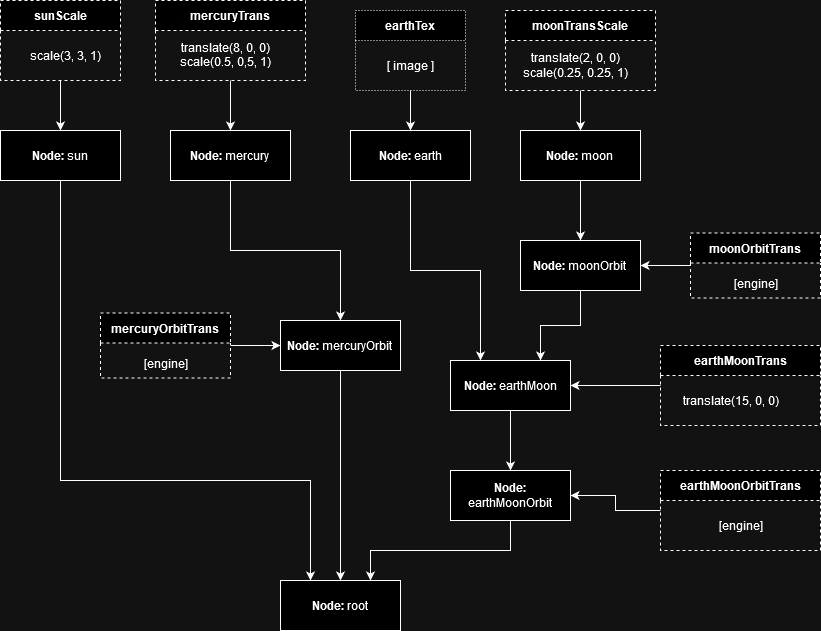
Earlier version of the draw.io export report/Trab1Graph.png (antenor-z/graph_trabalho1). Source tidied: cells renumbered, new cells last; positions are measured from the earlier drawing's top-left corner, leaving out a move shared by most shapes.
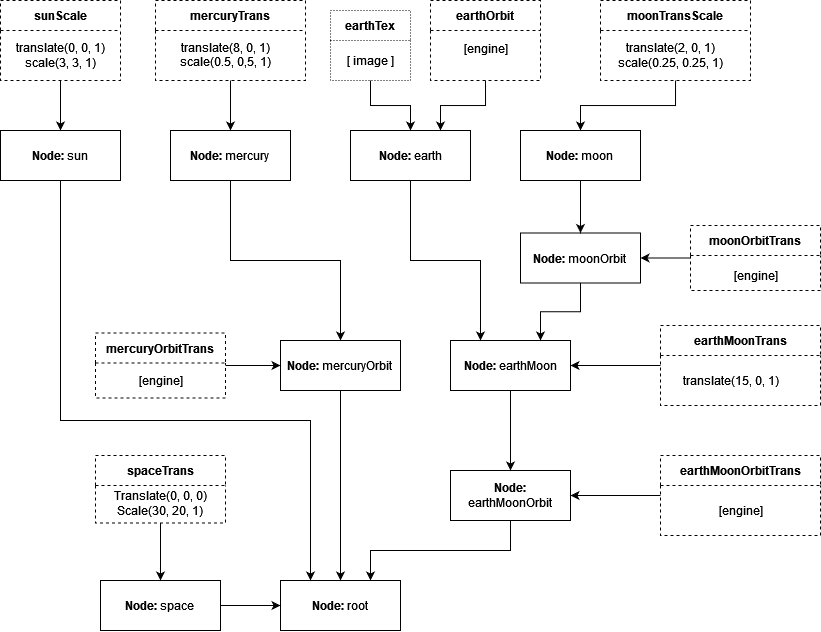
Later version of the same file.

What changed in the source:
```diff
@@ -15,7 +15,7 @@
       <mxGeometry relative="1" as="geometry" />
     </mxCell>
     <mxCell id="6" value="&lt;div&gt;&lt;b&gt;Node:&lt;/b&gt; earthMoon&lt;/div&gt;" style="rounded=0;whiteSpace=wrap;html=1;" parent="1" vertex="1">
-      <mxGeometry x="450" y="360" width="120" height="50" as="geometry" />
+      <mxGeometry x="450" y="340" width="120" height="50" as="geometry" />
     </mxCell>
     <mxCell id="7" style="edgeStyle=orthogonalEdgeStyle;rounded=0;jettySize=auto;html=1;exitX=0.5;exitY=1;exitDx=0;exitDy=0;entryX=0.25;entryY=0;entryDx=0;entryDy=0;" parent="1" edge="1" source="8" target="6">
       <mxGeometry relative="1" as="geometry" />
@@ -27,7 +27,7 @@
       <mxGeometry relative="1" as="geometry" />
     </mxCell>
     <mxCell id="10" value="&lt;div&gt;&lt;b&gt;Node:&lt;/b&gt; moonOrbit&lt;br&gt;&lt;/div&gt;" style="rounded=0;whiteSpace=wrap;html=1;" parent="1" vertex="1">
-      <mxGeometry x="520" y="240" width="120" height="50" as="geometry" />
+      <mxGeometry x="520" y="232.5" width="120" height="50" as="geometry" />
     </mxCell>
     <mxCell id="11" style="edgeStyle=orthogonalEdgeStyle;rounded=0;jettySize=auto;html=1;exitX=0.5;exitY=1;exitDx=0;exitDy=0;entryX=0.5;entryY=0;entryDx=0;entryDy=0;" parent="1" edge="1" source="12" target="10">
       <mxGeometry relative="1" as="geometry" />
@@ -38,8 +38,8 @@
     <mxCell id="13" style="edgeStyle=orthogonalEdgeStyle;rounded=0;jettySize=auto;html=1;entryX=0.25;entryY=0;entryDx=0;entryDy=0;exitX=0.5;exitY=1;exitDx=0;exitDy=0;" parent="1" edge="1" source="14" target="4">
       <mxGeometry relative="1" as="geometry">
         <Array as="points">
-          <mxPoint x="60" y="480" />
-          <mxPoint x="310" y="480" />
+          <mxPoint x="60" y="420" />
+          <mxPoint x="310" y="420" />
         </Array>
       </mxGeometry>
     </mxCell>
@@ -56,22 +56,22 @@
       <mxGeometry relative="1" as="geometry" />
     </mxCell>
     <mxCell id="18" value="&lt;div&gt;&lt;b&gt;Node:&lt;/b&gt; mercuryOrbit&lt;br&gt;&lt;/div&gt;" style="rounded=0;whiteSpace=wrap;html=1;" parent="1" vertex="1">
-      <mxGeometry x="280" y="320" width="120" height="50" as="geometry" />
+      <mxGeometry x="280" y="340" width="120" height="50" as="geometry" />
     </mxCell>
     <mxCell id="19" style="edgeStyle=orthogonalEdgeStyle;rounded=0;jettySize=auto;html=1;entryX=0.5;entryY=0;entryDx=0;entryDy=0;" parent="1" edge="1" source="20" target="8">
       <mxGeometry relative="1" as="geometry" />
     </mxCell>
     <mxCell id="20" value="&lt;blockquote&gt;earthTex&lt;br&gt;&lt;/blockquote&gt;" style="swimlane;whiteSpace=wrap;html=1;startSize=30;dashed=1;dashPattern=1 2;" parent="1" vertex="1">
-      <mxGeometry x="355" y="10" width="110" height="80" as="geometry" />
+      <mxGeometry x="330" y="10" width="80" height="70" as="geometry" />
     </mxCell>
     <mxCell id="21" value="[ image ]" style="text;html=1;align=center;verticalAlign=middle;strokeColor=none;fillColor=none;" parent="20" vertex="1">
-      <mxGeometry x="20" y="40" width="70" height="30" as="geometry" />
+      <mxGeometry x="5" y="35" width="70" height="30" as="geometry" />
     </mxCell>
     <mxCell id="22" style="edgeStyle=orthogonalEdgeStyle;rounded=0;jettySize=auto;html=1;exitX=0;exitY=0.5;exitDx=0;exitDy=0;entryX=1;entryY=0.5;entryDx=0;entryDy=0;" parent="1" edge="1" source="23" target="3">
       <mxGeometry relative="1" as="geometry" />
     </mxCell>
     <mxCell id="23" value="earthMoonOrbitTrans" style="swimlane;whiteSpace=wrap;html=1;startSize=30;dashed=1;" parent="1" vertex="1">
-      <mxGeometry x="660" y="470" width="160" height="80" as="geometry" />
+      <mxGeometry x="660" y="455" width="160" height="80" as="geometry" />
     </mxCell>
     <mxCell id="24" value="[engine]" style="text;html=1;align=center;verticalAlign=middle;strokeColor=none;fillColor=none;" parent="23" vertex="1">
       <mxGeometry x="45" y="40" width="70" height="30" as="geometry" />
@@ -80,25 +80,25 @@
       <mxGeometry relative="1" as="geometry" />
     </mxCell>
     <mxCell id="26" value="earthMoonTrans" style="swimlane;whiteSpace=wrap;html=1;startSize=30;dashed=1;" parent="1" vertex="1">
-      <mxGeometry x="660" y="345" width="160" height="80" as="geometry" />
+      <mxGeometry x="660" y="325" width="160" height="80" as="geometry" />
     </mxCell>
-    <mxCell id="27" value="&lt;div&gt;translate(15, 0, 0)&lt;/div&gt;" style="text;html=1;align=center;verticalAlign=middle;strokeColor=none;fillColor=none;" parent="26" vertex="1">
+    <mxCell id="27" value="&lt;div&gt;translate(15, 0, 1)&lt;/div&gt;" style="text;html=1;align=center;verticalAlign=middle;strokeColor=none;fillColor=none;" parent="26" vertex="1">
       <mxGeometry x="10" y="40" width="120" height="30" as="geometry" />
     </mxCell>
     <mxCell id="28" style="edgeStyle=orthogonalEdgeStyle;rounded=0;jettySize=auto;html=1;entryX=0.5;entryY=0;entryDx=0;entryDy=0;" parent="1" edge="1" source="29" target="12">
       <mxGeometry relative="1" as="geometry" />
     </mxCell>
     <mxCell id="29" value="moonTransScale" style="swimlane;whiteSpace=wrap;html=1;startSize=30;dashed=1;" parent="1" vertex="1">
-      <mxGeometry x="505" y="10" width="150" height="80" as="geometry" />
+      <mxGeometry x="600" width="150" height="80" as="geometry" />
     </mxCell>
-    <mxCell id="30" value="&lt;div&gt;translate(2, 0, 0)&lt;/div&gt;&lt;div&gt;&lt;div&gt;scale(0.25, 0.25, 1)&lt;/div&gt;&lt;/div&gt;" style="text;html=1;align=center;verticalAlign=middle;strokeColor=none;fillColor=none;" parent="29" vertex="1">
+    <mxCell id="30" value="&lt;div&gt;translate(2, 0, 1)&lt;/div&gt;&lt;div&gt;&lt;div&gt;scale(0.25, 0.25, 1)&lt;/div&gt;&lt;/div&gt;" style="text;html=1;align=center;verticalAlign=middle;strokeColor=none;fillColor=none;" parent="29" vertex="1">
       <mxGeometry x="5" y="35" width="130" height="40" as="geometry" />
     </mxCell>
     <mxCell id="31" style="edgeStyle=orthogonalEdgeStyle;rounded=0;jettySize=auto;html=1;entryX=1;entryY=0.5;entryDx=0;entryDy=0;" parent="1" edge="1" source="32" target="10">
       <mxGeometry relative="1" as="geometry" />
     </mxCell>
     <mxCell id="32" value="moonOrbitTrans" style="swimlane;whiteSpace=wrap;html=1;startSize=30;dashed=1;" parent="1" vertex="1">
-      <mxGeometry x="690" y="232.5" width="130" height="65" as="geometry" />
+      <mxGeometry x="690" y="225" width="130" height="65" as="geometry" />
     </mxCell>
     <mxCell id="33" value="[engine]" style="text;html=1;align=center;verticalAlign=middle;strokeColor=none;fillColor=none;" parent="32" vertex="1">
       <mxGeometry x="30" y="35" width="70" height="30" as="geometry" />
@@ -109,17 +109,17 @@
     <mxCell id="35" value="sunScale" style="swimlane;whiteSpace=wrap;html=1;startSize=30;dashed=1;" parent="1" vertex="1">
       <mxGeometry width="120" height="80" as="geometry" />
     </mxCell>
-    <mxCell id="36" value="&lt;div&gt;scale(3, 3, 1)&lt;br&gt;&lt;/div&gt;" style="text;html=1;align=center;verticalAlign=middle;strokeColor=none;fillColor=none;" parent="35" vertex="1">
-      <mxGeometry x="20" y="40" width="90" height="30" as="geometry" />
+    <mxCell id="36" value="&lt;div&gt;translate(0, 0, 1)&lt;br&gt;&lt;/div&gt;&lt;div&gt;scale(3, 3, 1)&lt;br&gt;&lt;/div&gt;" style="text;html=1;align=center;verticalAlign=middle;strokeColor=none;fillColor=none;" parent="35" vertex="1">
+      <mxGeometry x="5" y="35" width="110" height="40" as="geometry" />
     </mxCell>
     <mxCell id="37" style="edgeStyle=orthogonalEdgeStyle;rounded=0;jettySize=auto;html=1;entryX=0;entryY=0.5;entryDx=0;entryDy=0;" parent="1" edge="1" source="38" target="18">
       <mxGeometry relative="1" as="geometry" />
     </mxCell>
     <mxCell id="38" value="mercuryOrbitTrans" style="swimlane;whiteSpace=wrap;html=1;startSize=30;dashed=1;" parent="1" vertex="1">
-      <mxGeometry x="100" y="312.5" width="130" height="65" as="geometry" />
+      <mxGeometry x="95" y="332.5" width="130" height="65" as="geometry" />
     </mxCell>
     <mxCell id="39" value="[engine]" style="text;html=1;align=center;verticalAlign=middle;strokeColor=none;fillColor=none;" parent="38" vertex="1">
-      <mxGeometry x="30" y="35" width="70" height="30" as="geometry" />
+      <mxGeometry x="30" y="32.5" width="70" height="30" as="geometry" />
     </mxCell>
     <mxCell id="40" style="edgeStyle=orthogonalEdgeStyle;rounded=0;jettySize=auto;html=1;entryX=0.5;entryY=0;entryDx=0;entryDy=0;" parent="1" edge="1" source="41" target="16">
       <mxGeometry relative="1" as="geometry" />
@@ -127,8 +127,32 @@
     <mxCell id="41" value="mercuryTrans" style="swimlane;whiteSpace=wrap;html=1;startSize=30;dashed=1;" parent="1" vertex="1">
       <mxGeometry x="155" width="150" height="80" as="geometry" />
     </mxCell>
-    <mxCell id="42" value="&lt;br&gt;&lt;div&gt;&lt;div&gt;&lt;br&gt;&lt;/div&gt;&lt;div&gt;translate(8, 0, 0)&lt;/div&gt;&lt;/div&gt;&lt;div&gt;scale(0.5, 0,5, 1)&lt;/div&gt;" style="text;html=1;align=center;verticalAlign=middle;strokeColor=none;fillColor=none;" parent="41" vertex="1">
+    <mxCell id="42" value="&lt;br&gt;&lt;div&gt;&lt;div&gt;&lt;br&gt;&lt;/div&gt;&lt;div&gt;translate(8, 0, 1)&lt;/div&gt;&lt;/div&gt;&lt;div&gt;scale(0.5, 0,5, 1)&lt;/div&gt;" style="text;html=1;align=center;verticalAlign=middle;strokeColor=none;fillColor=none;" parent="41" vertex="1">
       <mxGeometry x="15" y="5" width="110" height="70" as="geometry" />
     </mxCell>
+    <mxCell id="43" style="edgeStyle=orthogonalEdgeStyle;rounded=0;jettySize=auto;html=1;exitX=0.5;exitY=1;exitDx=0;exitDy=0;entryX=0.75;entryY=0;entryDx=0;entryDy=0;" parent="1" edge="1" source="44" target="8">
+      <mxGeometry relative="1" as="geometry" />
+    </mxCell>
+    <mxCell id="44" value="earthOrbit" style="swimlane;whiteSpace=wrap;html=1;startSize=30;dashed=1;" parent="1" vertex="1">
+      <mxGeometry x="430" width="110" height="80" as="geometry" />
+    </mxCell>
+    <mxCell id="45" value="[engine]" style="text;html=1;align=center;verticalAlign=middle;strokeColor=none;fillColor=none;" parent="44" vertex="1">
+      <mxGeometry x="20" y="32.5" width="70" height="30" as="geometry" />
+    </mxCell>
+    <mxCell id="46" style="edgeStyle=orthogonalEdgeStyle;rounded=0;jettySize=auto;html=1;entryX=0;entryY=0.5;entryDx=0;entryDy=0;" parent="1" edge="1" source="47" target="4">
+      <mxGeometry relative="1" as="geometry" />
+    </mxCell>
+    <mxCell id="47" value="&lt;div&gt;&lt;b&gt;Node:&lt;/b&gt; space&lt;br&gt;&lt;/div&gt;" style="rounded=0;whiteSpace=wrap;html=1;" parent="1" vertex="1">
+      <mxGeometry x="100" y="580" width="120" height="50" as="geometry" />
+    </mxCell>
+    <mxCell id="48" value="spaceTrans" style="swimlane;whiteSpace=wrap;html=1;startSize=30;dashed=1;" parent="1" vertex="1">
+      <mxGeometry x="95" y="455" width="130" height="67.5" as="geometry" />
+    </mxCell>
+    <mxCell id="49" value="&lt;div&gt;Translate(0, 0, 0)&lt;/div&gt;&lt;div&gt;Scale(30, 20, 1)&lt;br&gt;&lt;/div&gt;" style="text;html=1;align=center;verticalAlign=middle;points=[];strokeColor=none;fillColor=none;" parent="48" vertex="1">
+      <mxGeometry x="5" y="27.5" width="120" height="40" as="geometry" />
+    </mxCell>
+    <mxCell id="50" style="edgeStyle=orthogonalEdgeStyle;rounded=0;jettySize=auto;html=1;entryX=0.5;entryY=0;entryDx=0;entryDy=0;" parent="1" edge="1" source="49" target="47">
+      <mxGeometry relative="1" as="geometry" />
+    </mxCell>
   </root>
 </mxGraphModel>
```
